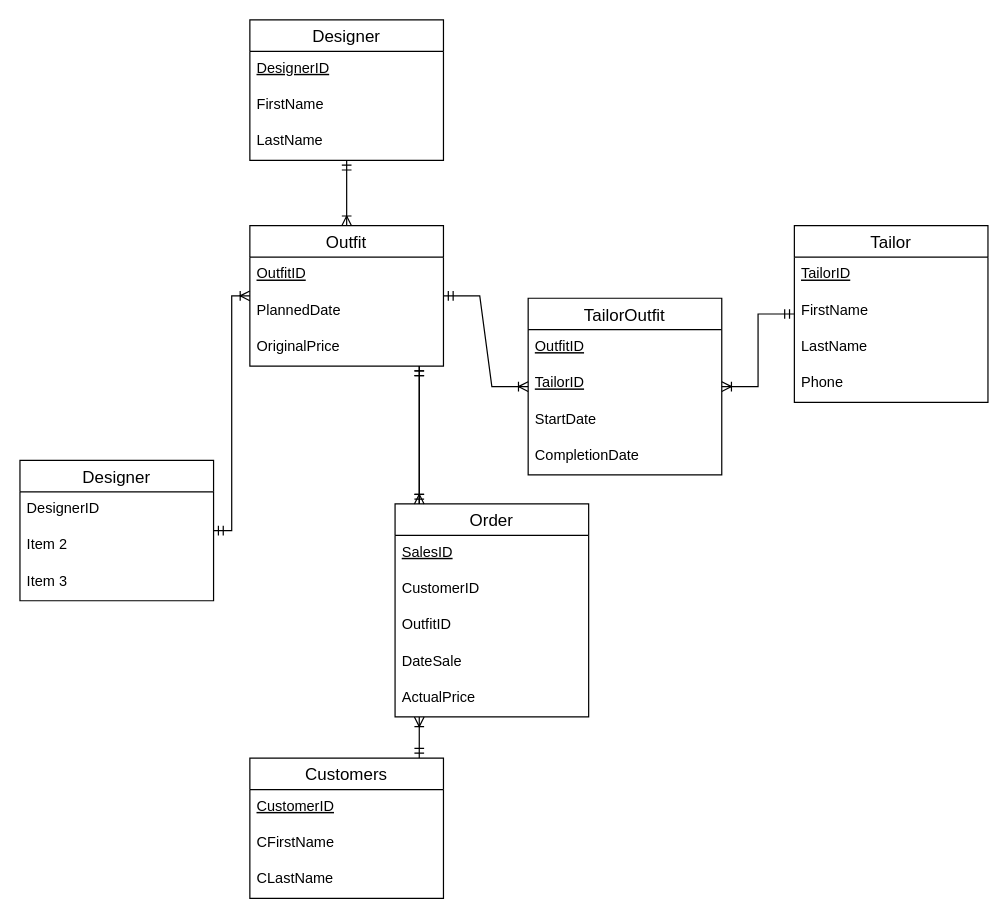
Before: SuperiorStyles.drawio in yilihong/draw.io, a draw.io diagram. Source tidied: cells renumbered, new cells numbered last; positions are measured from the earlier drawing's top-left corner, leaving out a move shared by most shapes. Both pictures are drawn from the tidied source at 121%, with x=0, y=0 at pixel (19, 19).
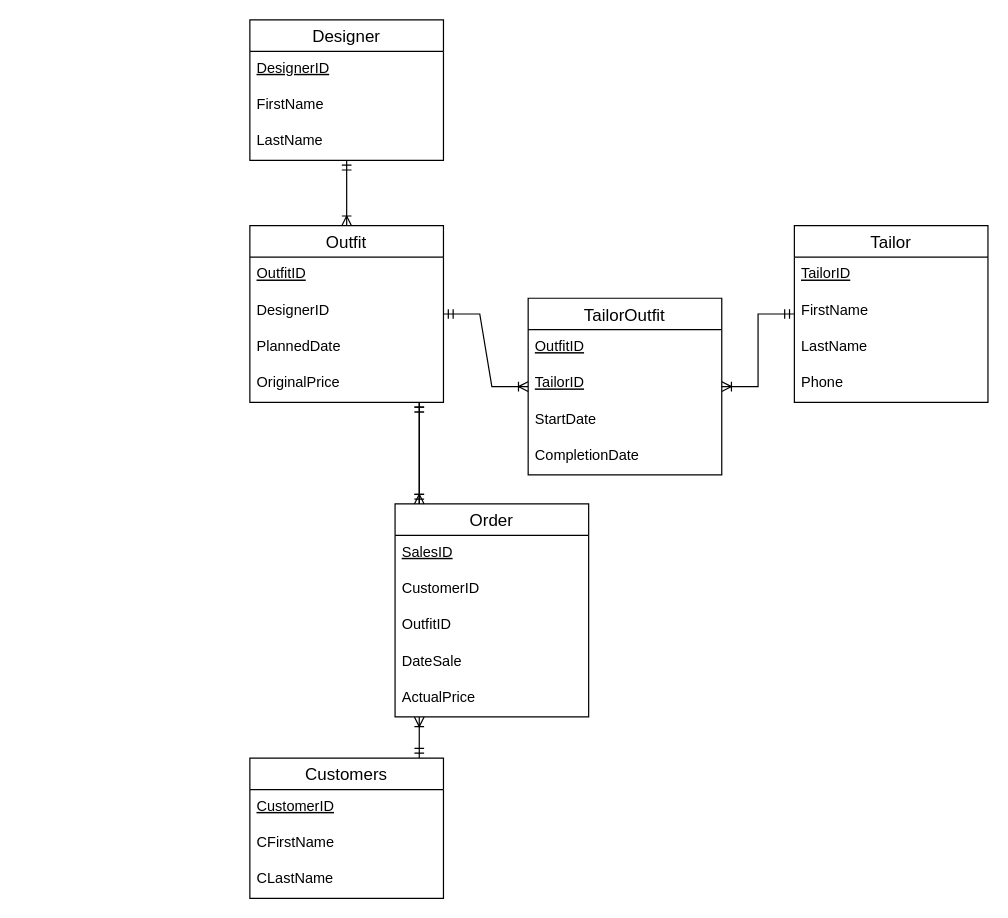
The same page after the edit.

Diff of the diagram source:
```diff
@@
     <mxCell id="6" value="Outfit" style="swimlane;fontStyle=0;horizontal=1;startSize=26;align=center;fontSize=14;" parent="1" vertex="1">
-      <mxGeometry x="190" y="170" width="160" height="116" as="geometry" />
+      <mxGeometry x="190" y="170" width="160" height="146" as="geometry" />
     </mxCell>
@@
+    <mxCell id="37" value="DesignerID" style="text;strokeColor=none;fillColor=none;spacingLeft=4;spacingRight=4;overflow=hidden;fontSize=12;fontStyle=0;" parent="6" vertex="1">
+      <mxGeometry y="56" width="160" height="30" as="geometry" />
+    </mxCell>
     <mxCell id="8" value="PlannedDate" style="text;strokeColor=none;fillColor=none;spacingLeft=4;spacingRight=4;overflow=hidden;fontSize=12;" parent="6" vertex="1">
-      <mxGeometry y="56" width="160" height="30" as="geometry" />
+      <mxGeometry y="86" width="160" height="30" as="geometry" />
     </mxCell>
     <mxCell id="9" value="OriginalPrice" style="text;strokeColor=none;fillColor=none;spacingLeft=4;spacingRight=4;overflow=hidden;fontSize=12;" parent="6" vertex="1">
-      <mxGeometry y="86" width="160" height="30" as="geometry" />
+      <mxGeometry y="116" width="160" height="30" as="geometry" />
     </mxCell>
@@
-    <mxCell id="36" value="Designer" style="swimlane;fontStyle=0;horizontal=1;startSize=26;align=center;fontSize=14;" parent="1" vertex="1">
-      <mxGeometry y="364" width="160" height="116" as="geometry" />
-    </mxCell>
-    <mxCell id="37" value="DesignerID" style="text;strokeColor=none;fillColor=none;spacingLeft=4;spacingRight=4;overflow=hidden;fontSize=12;" parent="36" vertex="1">
-      <mxGeometry y="26" width="160" height="30" as="geometry" />
-    </mxCell>
-    <mxCell id="38" value="Item 2" style="text;strokeColor=none;fillColor=none;spacingLeft=4;spacingRight=4;overflow=hidden;fontSize=12;" parent="36" vertex="1">
-      <mxGeometry y="56" width="160" height="30" as="geometry" />
-    </mxCell>
-    <mxCell id="39" value="Item 3" style="text;strokeColor=none;fillColor=none;spacingLeft=4;spacingRight=4;overflow=hidden;fontSize=12;" parent="36" vertex="1">
-      <mxGeometry y="86" width="160" height="30" as="geometry" />
-    </mxCell>
-    <mxCell id="40" style="edgeStyle=elbowEdgeStyle;fontSize=12;html=1;endArrow=ERoneToMany;startArrow=ERmandOne;rounded=0;" parent="1" edge="1" source="36" target="6">
-      <mxGeometry relative="1" as="geometry" />
-    </mxCell>
```
